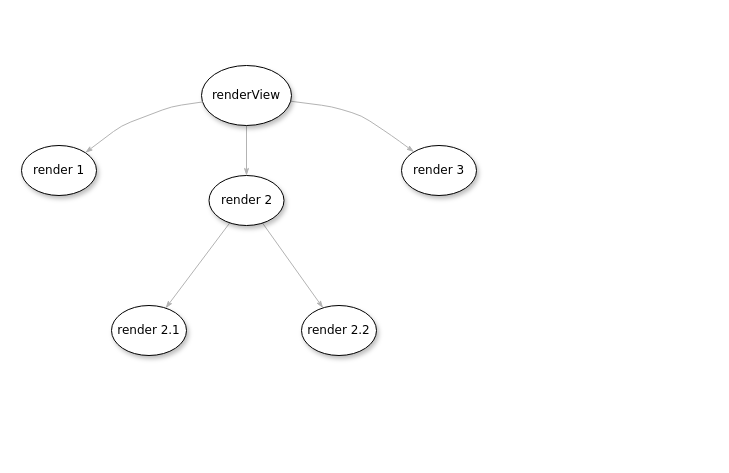
Earlier version of the draw.io diagram flutter/node.drawio (ShzMinato/Flutter). Source tidied: cells renumbered, new cells numbered last; positions are measured from the earlier drawing's top-left corner, leaving out a move shared by most shapes. Both pictures are drawn from the tidied source at 100%, with x=0, y=0 at pixel (21, 65).
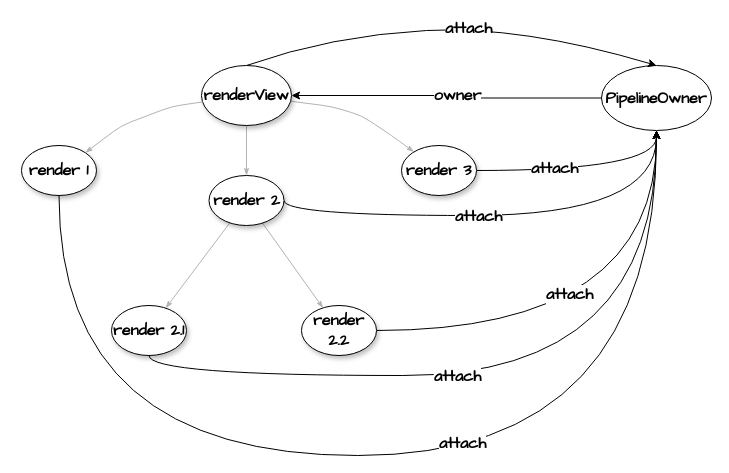
Above is the later version.

Change to the diagram source:
```diff
@@
-    <mxCell id="2" style="edgeStyle=none;rounded=1;html=1;labelBackgroundColor=none;startArrow=none;startFill=0;startSize=5;endArrow=classicThin;endFill=1;endSize=5;jettySize=auto;strokeColor=#B3B3B3;strokeWidth=1;fontFamily=Verdana;fontSize=12;" parent="1" edge="1" source="4" target="7">
+    <mxCell id="2" style="edgeStyle=none;rounded=1;html=1;labelBackgroundColor=none;startArrow=none;startFill=0;startSize=5;endArrow=classicThin;endFill=1;endSize=5;jettySize=auto;strokeColor=#B3B3B3;strokeWidth=1;fontFamily=Comic Sans MS;fontSize=16;fontStyle=1;" parent="1" edge="1" source="4" target="7">
       <mxGeometry relative="1" as="geometry" />
     </mxCell>
-    <mxCell id="3" style="edgeStyle=none;rounded=1;html=1;labelBackgroundColor=none;startArrow=none;startFill=0;startSize=5;endArrow=classicThin;endFill=1;endSize=5;jettySize=auto;strokeColor=#B3B3B3;strokeWidth=1;fontFamily=Verdana;fontSize=12;" parent="1" edge="1" source="4" target="8">
+    <mxCell id="3" style="edgeStyle=none;rounded=1;html=1;labelBackgroundColor=none;startArrow=none;startFill=0;startSize=5;endArrow=classicThin;endFill=1;endSize=5;jettySize=auto;strokeColor=#B3B3B3;strokeWidth=1;fontFamily=Comic Sans MS;fontSize=16;fontStyle=1;" parent="1" edge="1" source="4" target="8">
       <mxGeometry relative="1" as="geometry">
         <Array as="points">
           <mxPoint x="310" y="41" />
           <mxPoint x="340" y="50" />
           <mxPoint x="370" y="70" />
         </Array>
       </mxGeometry>
     </mxCell>
-    <mxCell id="4" value="renderView" style="ellipse;whiteSpace=wrap;html=1;rounded=0;shadow=1;comic=0;labelBackgroundColor=none;strokeWidth=1;fontFamily=Verdana;fontSize=12;align=center;" parent="1" vertex="1">
+    <mxCell id="4" value="renderView" style="ellipse;whiteSpace=wrap;html=1;rounded=0;shadow=1;comic=0;labelBackgroundColor=none;strokeWidth=1;fontFamily=Comic Sans MS;fontSize=16;align=center;fontStyle=1;" parent="1" vertex="1">
       <mxGeometry x="180" width="90" height="60" as="geometry" />
     </mxCell>
-    <mxCell id="5" style="edgeStyle=none;rounded=1;html=1;labelBackgroundColor=none;startArrow=none;startFill=0;startSize=5;endArrow=classicThin;endFill=1;endSize=5;jettySize=auto;strokeColor=#B3B3B3;strokeWidth=1;fontFamily=Verdana;fontSize=12;" parent="1" edge="1" source="7" target="10">
+    <mxCell id="5" style="edgeStyle=none;rounded=1;html=1;labelBackgroundColor=none;startArrow=none;startFill=0;startSize=5;endArrow=classicThin;endFill=1;endSize=5;jettySize=auto;strokeColor=#B3B3B3;strokeWidth=1;fontFamily=Comic Sans MS;fontSize=16;fontStyle=1;" parent="1" edge="1" source="7" target="10">
       <mxGeometry x="-0.15" y="11" relative="1" as="geometry" />
     </mxCell>
-    <mxCell id="6" style="edgeStyle=none;rounded=1;html=1;labelBackgroundColor=none;startArrow=none;startFill=0;startSize=5;endArrow=classicThin;endFill=1;endSize=5;jettySize=auto;strokeColor=#B3B3B3;strokeWidth=1;fontFamily=Verdana;fontSize=12;" parent="1" edge="1" source="7" target="9">
+    <mxCell id="6" style="edgeStyle=none;rounded=1;html=1;labelBackgroundColor=none;startArrow=none;startFill=0;startSize=5;endArrow=classicThin;endFill=1;endSize=5;jettySize=auto;strokeColor=#B3B3B3;strokeWidth=1;fontFamily=Comic Sans MS;fontSize=16;fontStyle=1;" parent="1" edge="1" source="7" target="9">
       <mxGeometry relative="1" as="geometry" />
     </mxCell>
+    <mxCell id="13" style="edgeStyle=orthogonalEdgeStyle;curved=1;rounded=0;jettySize=auto;html=1;exitX=1;exitY=0.5;exitDx=0;exitDy=0;entryX=0.5;entryY=1;entryDx=0;entryDy=0;fontFamily=Comic Sans MS;fontSize=16;fontStyle=1;" parent="1" edge="1" source="7" target="25">
+      <mxGeometry relative="1" as="geometry">
+        <Array as="points">
+          <mxPoint x="263" y="150" />
+          <mxPoint x="635" y="150" />
+        </Array>
+      </mxGeometry>
+    </mxCell>
+    <mxCell id="14" value="attach" style="edgeLabel;html=1;align=center;verticalAlign=middle;fontFamily=Comic Sans MS;fontSize=16;fontStyle=1;" parent="13" vertex="1">
+      <mxGeometry x="-0.12" relative="1" as="geometry">
+        <mxPoint x="1" as="offset" />
+      </mxGeometry>
+    </mxCell>
-    <mxCell id="7" value="&lt;span&gt;render 2&lt;/span&gt;" style="ellipse;whiteSpace=wrap;html=1;rounded=0;shadow=1;comic=0;labelBackgroundColor=none;strokeWidth=1;fontFamily=Verdana;fontSize=12;align=center;" parent="1" vertex="1">
+    <mxCell id="7" value="&lt;span style=&quot;font-size: 16px;&quot;&gt;render 2&lt;/span&gt;" style="ellipse;whiteSpace=wrap;html=1;rounded=0;shadow=1;comic=0;labelBackgroundColor=none;strokeWidth=1;fontFamily=Comic Sans MS;fontSize=16;align=center;fontStyle=1;" parent="1" vertex="1">
       <mxGeometry x="187.5" y="110" width="75" height="50" as="geometry" />
     </mxCell>
+    <mxCell id="15" style="edgeStyle=orthogonalEdgeStyle;rounded=0;jettySize=auto;html=1;exitX=1;exitY=0.5;exitDx=0;exitDy=0;entryX=0.5;entryY=1;entryDx=0;entryDy=0;curved=1;fontFamily=Comic Sans MS;fontSize=16;fontStyle=1;" parent="1" edge="1" source="8" target="25">
+      <mxGeometry relative="1" as="geometry" />
+    </mxCell>
+    <mxCell id="16" value="attach" style="edgeLabel;html=1;align=center;verticalAlign=middle;fontFamily=Comic Sans MS;fontSize=16;fontStyle=1;" parent="15" vertex="1">
+      <mxGeometry x="-0.3" y="3" relative="1" as="geometry" />
+    </mxCell>
-    <mxCell id="8" value="&lt;span&gt;render 3&lt;/span&gt;" style="ellipse;whiteSpace=wrap;html=1;rounded=0;shadow=1;comic=0;labelBackgroundColor=none;strokeWidth=1;fontFamily=Verdana;fontSize=12;align=center;" parent="1" vertex="1">
+    <mxCell id="8" value="&lt;span style=&quot;font-size: 16px;&quot;&gt;render 3&lt;/span&gt;" style="ellipse;whiteSpace=wrap;html=1;rounded=0;shadow=1;comic=0;labelBackgroundColor=none;strokeWidth=1;fontFamily=Comic Sans MS;fontSize=16;align=center;fontStyle=1;" parent="1" vertex="1">
       <mxGeometry x="380" y="80" width="75" height="50" as="geometry" />
     </mxCell>
+    <mxCell id="17" style="edgeStyle=orthogonalEdgeStyle;curved=1;rounded=0;jettySize=auto;html=1;exitX=1;exitY=0.5;exitDx=0;exitDy=0;entryX=0.5;entryY=1;entryDx=0;entryDy=0;fontFamily=Comic Sans MS;fontSize=16;fontStyle=1;" parent="1" edge="1" source="9" target="25">
+      <mxGeometry relative="1" as="geometry" />
+    </mxCell>
+    <mxCell id="18" value="attach" style="edgeLabel;html=1;align=center;verticalAlign=middle;fontFamily=Comic Sans MS;fontSize=16;fontStyle=1;" parent="17" vertex="1">
+      <mxGeometry x="-0.2" y="37" relative="1" as="geometry" />
+    </mxCell>
-    <mxCell id="9" value="render 2.2" style="ellipse;whiteSpace=wrap;html=1;rounded=0;shadow=1;comic=0;labelBackgroundColor=none;strokeWidth=1;fontFamily=Verdana;fontSize=12;align=center;" parent="1" vertex="1">
+    <mxCell id="9" value="render 2.2" style="ellipse;whiteSpace=wrap;html=1;rounded=0;shadow=1;comic=0;labelBackgroundColor=none;strokeWidth=1;fontFamily=Comic Sans MS;fontSize=16;align=center;fontStyle=1;" parent="1" vertex="1">
       <mxGeometry x="280" y="240" width="75" height="50" as="geometry" />
     </mxCell>
+    <mxCell id="19" style="edgeStyle=orthogonalEdgeStyle;curved=1;rounded=0;jettySize=auto;html=1;exitX=0.5;exitY=1;exitDx=0;exitDy=0;entryX=0.5;entryY=1;entryDx=0;entryDy=0;fontFamily=Comic Sans MS;fontSize=16;fontStyle=1;" parent="1" edge="1" source="10" target="25">
+      <mxGeometry relative="1" as="geometry" />
+    </mxCell>
+    <mxCell id="20" value="attach" style="edgeLabel;html=1;align=center;verticalAlign=middle;fontFamily=Comic Sans MS;fontSize=16;fontStyle=1;" parent="19" vertex="1">
+      <mxGeometry x="-0.15" relative="1" as="geometry" />
+    </mxCell>
-    <mxCell id="10" value="render 2.1" style="ellipse;whiteSpace=wrap;html=1;rounded=0;shadow=1;comic=0;labelBackgroundColor=none;strokeWidth=1;fontFamily=Verdana;fontSize=12;align=center;" parent="1" vertex="1">
+    <mxCell id="10" value="render 2.1" style="ellipse;whiteSpace=wrap;html=1;rounded=0;shadow=1;comic=0;labelBackgroundColor=none;strokeWidth=1;fontFamily=Comic Sans MS;fontSize=16;align=center;fontStyle=1;" parent="1" vertex="1">
       <mxGeometry x="90" y="240" width="75" height="50" as="geometry" />
     </mxCell>
+    <mxCell id="21" style="edgeStyle=orthogonalEdgeStyle;curved=1;rounded=0;jettySize=auto;html=1;exitX=0.5;exitY=1;exitDx=0;exitDy=0;entryX=0.5;entryY=1;entryDx=0;entryDy=0;fontFamily=Comic Sans MS;fontSize=16;fontStyle=1;" parent="1" edge="1" source="11" target="25">
+      <mxGeometry relative="1" as="geometry">
+        <Array as="points">
+          <mxPoint x="38" y="390" />
+          <mxPoint x="635" y="390" />
+        </Array>
+      </mxGeometry>
+    </mxCell>
+    <mxCell id="22" value="attach" style="edgeLabel;html=1;align=center;verticalAlign=middle;fontFamily=Comic Sans MS;fontSize=16;fontStyle=1;" parent="21" vertex="1">
+      <mxGeometry x="0.12" y="13" relative="1" as="geometry">
+        <mxPoint x="1" as="offset" />
+      </mxGeometry>
+    </mxCell>
-    <mxCell id="11" value="render 1" style="ellipse;whiteSpace=wrap;html=1;rounded=0;shadow=1;comic=0;labelBackgroundColor=none;strokeWidth=1;fontFamily=Verdana;fontSize=12;align=center;" parent="1" vertex="1">
+    <mxCell id="11" value="render 1" style="ellipse;whiteSpace=wrap;html=1;rounded=0;shadow=1;comic=0;labelBackgroundColor=none;strokeWidth=1;fontFamily=Comic Sans MS;fontSize=16;align=center;fontStyle=1;" parent="1" vertex="1">
       <mxGeometry y="80" width="75" height="50" as="geometry" />
     </mxCell>
-    <mxCell id="12" style="edgeStyle=none;rounded=1;html=1;labelBackgroundColor=none;startArrow=none;startFill=0;startSize=5;endArrow=classicThin;endFill=1;endSize=5;jettySize=auto;strokeColor=#B3B3B3;strokeWidth=1;fontFamily=Verdana;fontSize=12;entryX=1;entryY=0;entryDx=0;entryDy=0;" parent="1" edge="1" source="4" target="11">
+    <mxCell id="12" style="edgeStyle=none;rounded=1;html=1;labelBackgroundColor=none;startArrow=none;startFill=0;startSize=5;endArrow=classicThin;endFill=1;endSize=5;jettySize=auto;strokeColor=#B3B3B3;strokeWidth=1;fontFamily=Comic Sans MS;fontSize=16;entryX=1;entryY=0;entryDx=0;entryDy=0;fontStyle=1;" parent="1" edge="1" source="4" target="11">
       <mxGeometry relative="1" as="geometry">
         <Array as="points">
           <mxPoint x="150" y="41" />
           <mxPoint x="100" y="60" />
         </Array>
       </mxGeometry>
     </mxCell>
+    <mxCell id="23" style="edgeStyle=orthogonalEdgeStyle;rounded=0;jettySize=auto;html=1;exitX=0;exitY=0.5;exitDx=0;exitDy=0;entryX=1;entryY=0.5;entryDx=0;entryDy=0;fontFamily=Comic Sans MS;fontSize=16;fontStyle=1;" parent="1" edge="1" source="25" target="4">
+      <mxGeometry relative="1" as="geometry" />
+    </mxCell>
+    <mxCell id="24" value="owner" style="edgeLabel;html=1;align=center;verticalAlign=middle;fontFamily=Comic Sans MS;fontSize=16;fontStyle=1;" parent="23" vertex="1">
+      <mxGeometry x="-0.07" y="-3" relative="1" as="geometry" />
+    </mxCell>
+    <mxCell id="25" value="PipelineOwner" style="ellipse;whiteSpace=wrap;html=1;fontFamily=Comic Sans MS;fontSize=16;fontStyle=1;" parent="1" vertex="1">
+      <mxGeometry x="580" width="110" height="65" as="geometry" />
+    </mxCell>
+    <mxCell id="26" style="curved=1;endArrow=classic;html=1;exitX=0.5;exitY=0;exitDx=0;exitDy=0;entryX=0.5;entryY=0;entryDx=0;entryDy=0;fontFamily=Comic Sans MS;fontSize=16;fontStyle=1;" parent="1" edge="1" source="4" target="25">
+      <mxGeometry relative="1" as="geometry">
+        <Array as="points">
+          <mxPoint x="310" y="-30" />
+          <mxPoint x="500" y="-40" />
+        </Array>
+      </mxGeometry>
+    </mxCell>
+    <mxCell id="27" value="attach" style="edgeLabel;html=1;align=center;verticalAlign=middle;fontFamily=Comic Sans MS;fontSize=16;fontStyle=1;" parent="26" vertex="1">
+      <mxGeometry x="0.08" relative="1" as="geometry" />
+    </mxCell>
```
